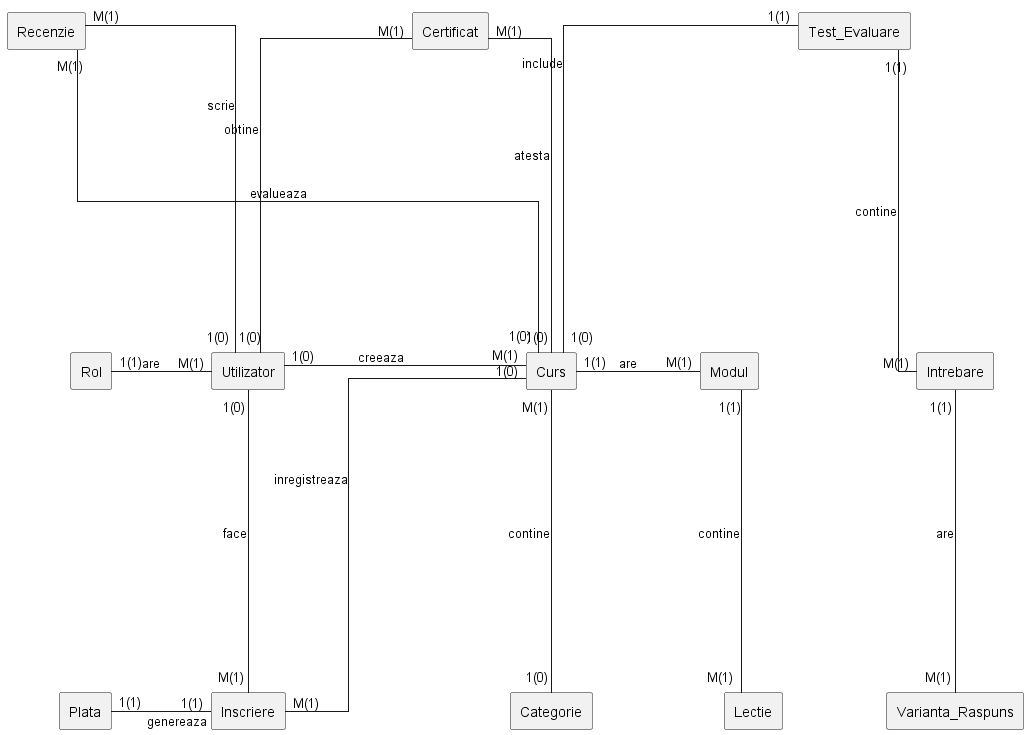
Above: out/diagrama_erd/diagrama_erd.png in Teooo28/e-learning-database-sql (PlantUML), before the change. Its diagram source:
```plantuml
@startuml diagrama_erd
hide circle
skinparam linetype ortho
skinparam nodesep 100
skinparam ranksep 100

rectangle "Rol" as Rol
rectangle "Utilizator" as Utilizator
rectangle "Categorie" as Categorie
rectangle "Curs" as Curs
rectangle "Modul" as Modul
rectangle "Lectie" as Lectie
rectangle "Inscriere" as Inscriere
rectangle "Plata" as Plata
rectangle "Recenzie" as Recenzie
rectangle "Test_Evaluare" as Test
rectangle "Intrebare" as Intrebare
rectangle "Varianta_Raspuns" as Varianta
rectangle "Certificat" as Certificat

Utilizator "1(0)" --right-- "M(1)" Curs : creeaza
Rol "1(1)" --right-- "M(1)" Utilizator : are
Categorie "1(0)" --up-- "M(1)" Curs : contine

Utilizator "1(0)" --down-- "M(1)" Inscriere : face
Curs "1(0)" --down-- "M(1)" Inscriere : inregistreaza
Inscriere "1(1)" --left-- "1(1)" Plata : genereaza

Utilizator "1(0)" --up-- "M(1)" Recenzie : scrie
Recenzie "M(1)" --right-- "1(0)" Curs : evalueaza

Utilizator "1(0)" --up-- "M(1)" Certificat : obtine
Certificat "M(1)" --right-- "1(0)" Curs : atesta

Curs "1(1)" --right-- "M(1)" Modul : are
Modul "1(1)" --down-- "M(1)" Lectie : contine

Curs "1(0)" --up-- "1(1)" Test : include
Test "1(1)" --down-- "M(1)" Intrebare : contine
Intrebare "1(1)" --down-- "M(1)" Varianta : are

@enduml
```
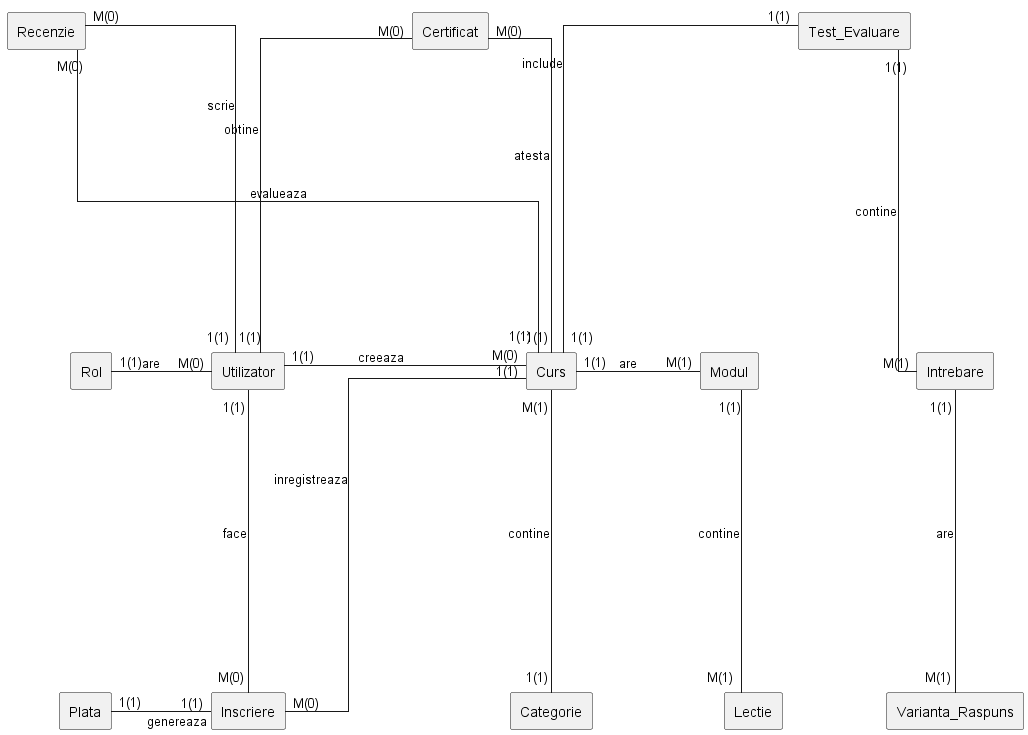
After the change.

Commit message:
Actualizare diagrama ERD

The edit, as a diff of the source:
```diff
@@ -18,24 +18,24 @@
 rectangle "Varianta_Raspuns" as Varianta
 rectangle "Certificat" as Certificat
 
-Utilizator "1(0)" --right-- "M(1)" Curs : creeaza
-Rol "1(1)" --right-- "M(1)" Utilizator : are
-Categorie "1(0)" --up-- "M(1)" Curs : contine
+Utilizator "1(1)" --right-- "M(0)" Curs : creeaza
+Rol "1(1)" --right-- "M(0)" Utilizator : are
+Categorie "1(1)" --up-- "M(1)" Curs : contine
 
-Utilizator "1(0)" --down-- "M(1)" Inscriere : face
-Curs "1(0)" --down-- "M(1)" Inscriere : inregistreaza
+Utilizator "1(1)" --down-- "M(0)" Inscriere : face
+Curs "1(1)" --down-- "M(0)" Inscriere : inregistreaza
 Inscriere "1(1)" --left-- "1(1)" Plata : genereaza
 
-Utilizator "1(0)" --up-- "M(1)" Recenzie : scrie
-Recenzie "M(1)" --right-- "1(0)" Curs : evalueaza
+Utilizator "1(1)" --up-- "M(0)" Recenzie : scrie
+Recenzie "M(0)" --right-- "1(1)" Curs : evalueaza
 
-Utilizator "1(0)" --up-- "M(1)" Certificat : obtine
-Certificat "M(1)" --right-- "1(0)" Curs : atesta
+Utilizator "1(1)" --up-- "M(0)" Certificat : obtine
+Certificat "M(0)" --right-- "1(1)" Curs : atesta
 
 Curs "1(1)" --right-- "M(1)" Modul : are
 Modul "1(1)" --down-- "M(1)" Lectie : contine
 
-Curs "1(0)" --up-- "1(1)" Test : include
+Curs "1(1)" --up-- "1(1)" Test : include
 Test "1(1)" --down-- "M(1)" Intrebare : contine
 Intrebare "1(1)" --down-- "M(1)" Varianta : are
 
```
